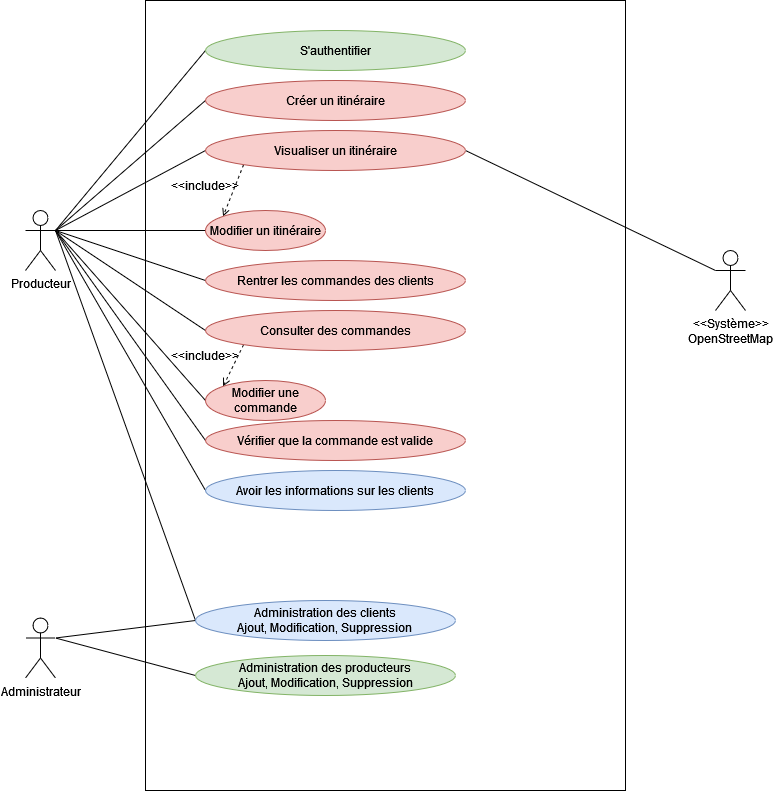
Before: GenieLogiciel/Diagrammes/CasUtilisation.drawio.png, a diagram exported from draw.io (aeiiver/the-farmer-project). Source tidied: cells renumbered, new cells last; positions are measured from the earlier drawing's top-left corner, leaving out a move shared by most shapes.
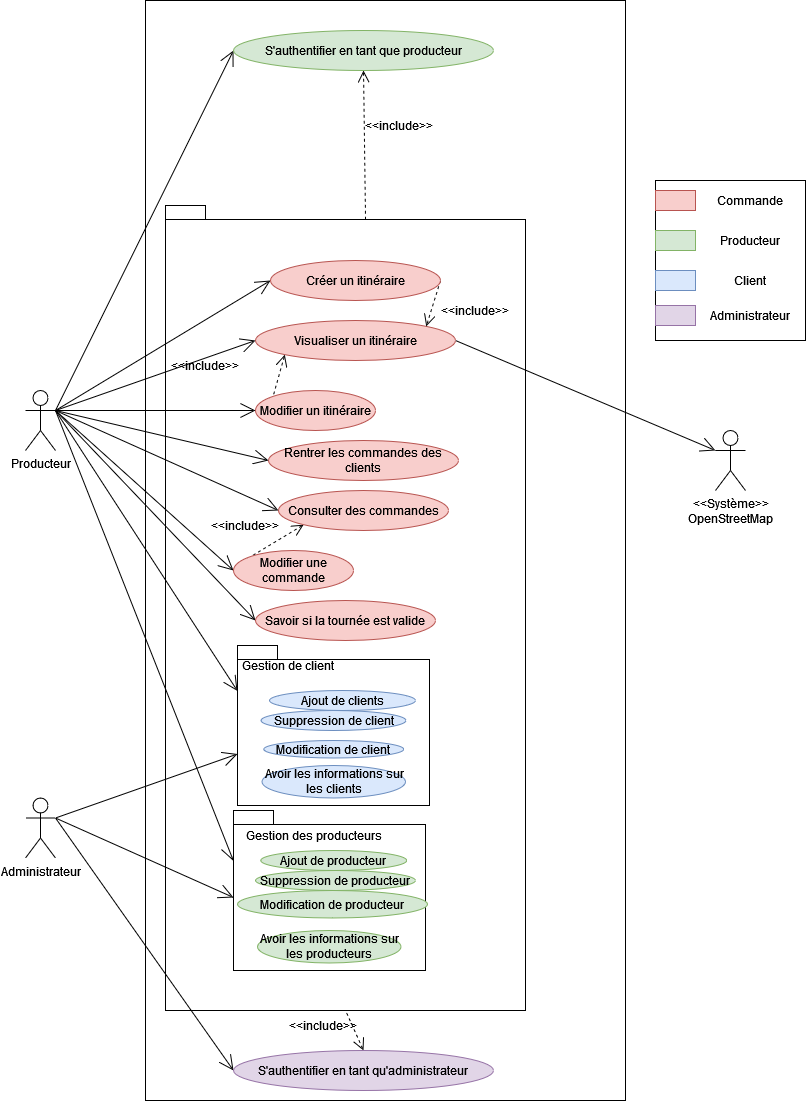
After the change.

Commit message:
Mise à jour du diagramme de cas d'utilisation

Diff of the diagram source:
```diff
@@ -3,108 +3,187 @@
     <mxCell id="0" />
     <mxCell id="1" parent="0" />
     <mxCell id="2" style="rounded=0;whiteSpace=wrap;html=1;" parent="1" vertex="1">
-      <mxGeometry x="120" width="480" height="790" as="geometry" />
+      <mxGeometry x="120" y="-180" width="480" height="1100" as="geometry" />
     </mxCell>
+    <mxCell id="34" style="shape=folder;fontStyle=1;spacingTop=10;tabWidth=40;tabHeight=14;tabPosition=left;html=1;" parent="1" vertex="1">
+      <mxGeometry x="140" y="25" width="360" height="805" as="geometry" />
+    </mxCell>
-    <mxCell id="3" style="edgeStyle=none;rounded=0;jettySize=auto;html=1;exitX=1;exitY=0.3333333333333333;exitDx=0;exitDy=0;exitPerimeter=0;entryX=0;entryY=0.5;entryDx=0;entryDy=0;endArrow=none;endFill=0;" parent="1" edge="1" source="4" target="11">
+    <mxCell id="3" style="edgeStyle=none;rounded=0;jettySize=auto;html=1;exitX=1;exitY=0.3333333333333333;exitDx=0;exitDy=0;exitPerimeter=0;entryX=0;entryY=0.5;entryDx=0;entryDy=0;endArrow=open;endFill=0;startArrow=none;startFill=0;endSize=13;startSize=13;" parent="1" edge="1" source="4" target="11">
       <mxGeometry relative="1" as="geometry" />
     </mxCell>
+    <mxCell id="35" style="edgeStyle=none;rounded=0;jettySize=auto;html=1;exitX=1;exitY=0.3333333333333333;exitDx=0;exitDy=0;exitPerimeter=0;entryX=0;entryY=0;entryDx=0;entryDy=45.5;entryPerimeter=0;startArrow=none;startFill=0;endArrow=open;endFill=0;startSize=10;endSize=13;" parent="1" edge="1" source="4" target="50">
+      <mxGeometry relative="1" as="geometry" />
+    </mxCell>
+    <mxCell id="36" style="edgeStyle=none;rounded=0;jettySize=auto;html=1;exitX=1;exitY=0.3333333333333333;exitDx=0;exitDy=0;exitPerimeter=0;entryX=0;entryY=0;entryDx=0;entryDy=50.5;entryPerimeter=0;startArrow=none;startFill=0;endArrow=open;endFill=0;startSize=10;endSize=13;" parent="1" edge="1" source="4" target="56">
+      <mxGeometry relative="1" as="geometry" />
+    </mxCell>
     <mxCell id="4" value="Producteur" style="shape=umlActor;verticalLabelPosition=bottom;verticalAlign=top;html=1;" parent="1" vertex="1">
       <mxGeometry y="210" width="30" height="60" as="geometry" />
     </mxCell>
+    <mxCell id="37" style="rounded=0;jettySize=auto;html=1;exitX=1;exitY=0.3333333333333333;exitDx=0;exitDy=0;exitPerimeter=0;entryX=0;entryY=0.5;entryDx=0;entryDy=0;startArrow=none;startFill=0;endArrow=open;endFill=0;startSize=10;endSize=13;" parent="1" edge="1" source="5" target="53">
+      <mxGeometry relative="1" as="geometry" />
+    </mxCell>
+    <mxCell id="38" style="edgeStyle=none;rounded=0;jettySize=auto;html=1;exitX=1;exitY=0.3333333333333333;exitDx=0;exitDy=0;exitPerimeter=0;entryX=0;entryY=0;entryDx=0;entryDy=108.5;entryPerimeter=0;startArrow=none;startFill=0;endArrow=open;endFill=0;startSize=10;endSize=13;" parent="1" edge="1" source="5" target="50">
+      <mxGeometry relative="1" as="geometry" />
+    </mxCell>
+    <mxCell id="39" style="edgeStyle=none;rounded=0;jettySize=auto;html=1;exitX=1;exitY=0.3333333333333333;exitDx=0;exitDy=0;exitPerimeter=0;entryX=0;entryY=0;entryDx=0;entryDy=87;entryPerimeter=0;startArrow=none;startFill=0;endArrow=open;endFill=0;startSize=10;endSize=13;" parent="1" edge="1" source="5" target="56">
+      <mxGeometry relative="1" as="geometry" />
+    </mxCell>
     <mxCell id="5" value="Administrateur" style="shape=umlActor;verticalLabelPosition=bottom;verticalAlign=top;html=1;" parent="1" vertex="1">
       <mxGeometry y="617.5" width="30" height="60" as="geometry" />
     </mxCell>
     <mxCell id="6" value="&lt;div&gt;&amp;lt;&amp;lt;Système&amp;gt;&amp;gt;&lt;/div&gt;&lt;div&gt;OpenStreetMap&lt;br&gt;&lt;/div&gt;" style="shape=umlActor;verticalLabelPosition=bottom;verticalAlign=top;html=1;outlineConnect=0;" parent="1" vertex="1">
       <mxGeometry x="690" y="250" width="30" height="60" as="geometry" />
     </mxCell>
-    <mxCell id="7" style="rounded=0;jettySize=auto;html=1;exitX=1;exitY=0.5;exitDx=0;exitDy=0;entryX=0;entryY=0.3333333333333333;entryDx=0;entryDy=0;entryPerimeter=0;endArrow=none;endFill=0;" parent="1" edge="1" source="10" target="6">
+    <mxCell id="7" style="rounded=0;jettySize=auto;html=1;exitX=1;exitY=0.5;exitDx=0;exitDy=0;entryX=0;entryY=0.3333333333333333;entryDx=0;entryDy=0;entryPerimeter=0;endArrow=open;endFill=0;endSize=13;" parent="1" edge="1" source="10" target="6">
       <mxGeometry relative="1" as="geometry" />
     </mxCell>
-    <mxCell id="8" style="edgeStyle=none;rounded=0;jettySize=auto;html=1;exitX=0;exitY=0.5;exitDx=0;exitDy=0;entryX=1;entryY=0.3333333333333333;entryDx=0;entryDy=0;entryPerimeter=0;endArrow=none;endFill=0;" parent="1" edge="1" source="10" target="4">
+    <mxCell id="8" style="edgeStyle=none;rounded=0;jettySize=auto;html=1;exitX=0;exitY=0.5;exitDx=0;exitDy=0;entryX=1;entryY=0.3333333333333333;entryDx=0;entryDy=0;entryPerimeter=0;endArrow=none;endFill=0;startArrow=open;startFill=0;endSize=13;startSize=13;" parent="1" edge="1" source="10" target="4">
       <mxGeometry relative="1" as="geometry" />
     </mxCell>
-    <mxCell id="9" style="edgeStyle=none;rounded=0;jettySize=auto;html=1;exitX=0;exitY=1;exitDx=0;exitDy=0;entryX=0;entryY=0;entryDx=0;entryDy=0;endArrow=open;endFill=0;dashed=1;" parent="1" edge="1" source="10" target="13">
+    <mxCell id="9" style="edgeStyle=none;rounded=0;jettySize=auto;html=1;exitX=0;exitY=1;exitDx=0;exitDy=0;entryX=0;entryY=0;entryDx=0;entryDy=0;endArrow=none;endFill=0;dashed=1;startArrow=open;startFill=0;startSize=10;" parent="1" edge="1" source="10" target="13">
       <mxGeometry relative="1" as="geometry" />
     </mxCell>
     <mxCell id="10" value="Visualiser un itinéraire" style="ellipse;whiteSpace=wrap;html=1;fillColor=#f8cecc;strokeColor=#b85450;" parent="1" vertex="1">
-      <mxGeometry x="180" y="130" width="260" height="40" as="geometry" />
+      <mxGeometry x="230" y="140" width="200" height="40" as="geometry" />
     </mxCell>
+    <mxCell id="40" style="rounded=0;jettySize=auto;html=1;exitX=1;exitY=0.5;exitDx=0;exitDy=0;endSize=10;endArrow=open;endFill=0;entryX=1;entryY=0;entryDx=0;entryDy=0;dashed=1;" parent="1" edge="1" source="11" target="10">
+      <mxGeometry relative="1" as="geometry" />
+    </mxCell>
     <mxCell id="11" value="Créer un itinéraire" style="ellipse;whiteSpace=wrap;html=1;fillColor=#f8cecc;strokeColor=#b85450;" parent="1" vertex="1">
-      <mxGeometry x="180" y="80" width="260" height="40" as="geometry" />
+      <mxGeometry x="245" y="80" width="170" height="40" as="geometry" />
     </mxCell>
-    <mxCell id="12" style="edgeStyle=none;rounded=0;jettySize=auto;html=1;exitX=0;exitY=0.5;exitDx=0;exitDy=0;endArrow=none;endFill=0;" parent="1" edge="1" source="13">
+    <mxCell id="12" style="edgeStyle=none;rounded=0;jettySize=auto;html=1;exitX=0;exitY=0.5;exitDx=0;exitDy=0;endArrow=none;endFill=0;startArrow=open;startFill=0;endSize=13;startSize=13;" parent="1" edge="1" source="13">
       <mxGeometry relative="1" as="geometry">
         <mxPoint x="30" y="230" as="targetPoint" />
       </mxGeometry>
     </mxCell>
     <mxCell id="13" value="Modifier un itinéraire" style="ellipse;whiteSpace=wrap;html=1;fillColor=#f8cecc;strokeColor=#b85450;" parent="1" vertex="1">
-      <mxGeometry x="180" y="210" width="120" height="40" as="geometry" />
+      <mxGeometry x="230" y="210" width="120" height="40" as="geometry" />
     </mxCell>
-    <mxCell id="14" style="edgeStyle=none;rounded=0;jettySize=auto;html=1;exitX=0;exitY=0.5;exitDx=0;exitDy=0;entryX=1;entryY=0.3333333333333333;entryDx=0;entryDy=0;entryPerimeter=0;endArrow=none;endFill=0;" parent="1" edge="1" source="15" target="4">
+    <mxCell id="14" style="edgeStyle=none;rounded=0;jettySize=auto;html=1;exitX=0;exitY=0.5;exitDx=0;exitDy=0;entryX=1;entryY=0.3333333333333333;entryDx=0;entryDy=0;entryPerimeter=0;endArrow=none;endFill=0;startArrow=open;startFill=0;endSize=13;startSize=13;" parent="1" edge="1" source="15" target="4">
       <mxGeometry relative="1" as="geometry" />
     </mxCell>
     <mxCell id="15" value="Rentrer les commandes des clients" style="ellipse;whiteSpace=wrap;html=1;fillColor=#f8cecc;strokeColor=#b85450;" parent="1" vertex="1">
-      <mxGeometry x="180" y="260" width="260" height="40" as="geometry" />
+      <mxGeometry x="243" y="260" width="190" height="40" as="geometry" />
     </mxCell>
-    <mxCell id="16" style="edgeStyle=none;rounded=0;jettySize=auto;html=1;exitX=0;exitY=0.5;exitDx=0;exitDy=0;entryX=1;entryY=0.3333333333333333;entryDx=0;entryDy=0;entryPerimeter=0;endArrow=none;endFill=0;" parent="1" edge="1" source="18" target="4">
+    <mxCell id="16" style="edgeStyle=none;rounded=0;jettySize=auto;html=1;exitX=0;exitY=0.5;exitDx=0;exitDy=0;entryX=1;entryY=0.3333333333333333;entryDx=0;entryDy=0;entryPerimeter=0;endArrow=none;endFill=0;startArrow=open;startFill=0;endSize=13;startSize=13;" parent="1" edge="1" source="18" target="4">
       <mxGeometry relative="1" as="geometry" />
     </mxCell>
-    <mxCell id="17" style="edgeStyle=none;rounded=0;jettySize=auto;html=1;exitX=0;exitY=1;exitDx=0;exitDy=0;entryX=0;entryY=0;entryDx=0;entryDy=0;endArrow=open;endFill=0;dashed=1;" parent="1" edge="1" source="18" target="29">
+    <mxCell id="17" style="edgeStyle=none;rounded=0;jettySize=auto;html=1;exitX=0;exitY=1;exitDx=0;exitDy=0;entryX=0;entryY=0;entryDx=0;entryDy=0;endArrow=none;endFill=0;dashed=1;startArrow=open;startFill=0;startSize=10;" parent="1" edge="1" source="18" target="29">
       <mxGeometry relative="1" as="geometry" />
     </mxCell>
     <mxCell id="18" value="Consulter des commandes" style="ellipse;whiteSpace=wrap;html=1;fillColor=#f8cecc;strokeColor=#b85450;" parent="1" vertex="1">
-      <mxGeometry x="180" y="310" width="260" height="40" as="geometry" />
+      <mxGeometry x="253" y="310" width="170" height="40" as="geometry" />
     </mxCell>
-    <mxCell id="19" style="edgeStyle=none;rounded=0;jettySize=auto;html=1;exitX=0;exitY=0.5;exitDx=0;exitDy=0;entryX=1;entryY=0.3333333333333333;entryDx=0;entryDy=0;entryPerimeter=0;endArrow=none;endFill=0;" parent="1" edge="1" source="20" target="4">
-      <mxGeometry relative="1" as="geometry" />
-    </mxCell>
-    <mxCell id="20" value="Avoir les informations sur les clients" style="ellipse;whiteSpace=wrap;html=1;fillColor=#dae8fc;strokeColor=#6c8ebf;" parent="1" vertex="1">
-      <mxGeometry x="180" y="470" width="260" height="40" as="geometry" />
-    </mxCell>
-    <mxCell id="21" style="edgeStyle=none;rounded=0;jettySize=auto;html=1;exitX=0;exitY=0.5;exitDx=0;exitDy=0;entryX=1;entryY=0.3333333333333333;entryDx=0;entryDy=0;entryPerimeter=0;endArrow=none;endFill=0;" parent="1" edge="1" source="23" target="5">
-      <mxGeometry relative="1" as="geometry" />
-    </mxCell>
-    <mxCell id="22" style="rounded=0;jettySize=auto;html=1;exitX=0;exitY=0.5;exitDx=0;exitDy=0;endArrow=none;endFill=0;" parent="1" edge="1" source="23">
-      <mxGeometry relative="1" as="geometry">
-        <mxPoint x="30" y="230" as="targetPoint" />
-      </mxGeometry>
-    </mxCell>
-    <mxCell id="23" value="&lt;div&gt;Administration des clients&lt;/div&gt;&lt;div&gt;Ajout, Modification, Suppression&lt;br&gt;&lt;/div&gt;" style="ellipse;whiteSpace=wrap;html=1;fillColor=#dae8fc;strokeColor=#6c8ebf;" parent="1" vertex="1">
-      <mxGeometry x="170" y="600" width="260" height="40" as="geometry" />
-    </mxCell>
-    <mxCell id="24" style="edgeStyle=none;rounded=0;jettySize=auto;html=1;exitX=0;exitY=0.5;exitDx=0;exitDy=0;entryX=1;entryY=0.3333333333333333;entryDx=0;entryDy=0;entryPerimeter=0;endArrow=none;endFill=0;" parent="1" edge="1" source="25" target="5">
-      <mxGeometry relative="1" as="geometry" />
-    </mxCell>
-    <mxCell id="25" value="&lt;div&gt;Administration des producteurs&lt;/div&gt;Ajout, Modification, Suppression" style="ellipse;whiteSpace=wrap;html=1;fillColor=#d5e8d4;strokeColor=#82b366;" parent="1" vertex="1">
-      <mxGeometry x="170" y="655" width="260" height="40" as="geometry" />
-    </mxCell>
-    <mxCell id="26" style="edgeStyle=none;rounded=0;jettySize=auto;html=1;exitX=0;exitY=0.5;exitDx=0;exitDy=0;entryX=1;entryY=0.3333333333333333;entryDx=0;entryDy=0;entryPerimeter=0;endArrow=none;endFill=0;" parent="1" edge="1" source="27" target="4">
+    <mxCell id="26" style="edgeStyle=none;rounded=0;jettySize=auto;html=1;exitX=0;exitY=0.5;exitDx=0;exitDy=0;entryX=1;entryY=0.3333333333333333;entryDx=0;entryDy=0;entryPerimeter=0;endArrow=none;endFill=0;startArrow=open;startFill=0;endSize=13;startSize=13;" parent="1" edge="1" source="27" target="4">
       <mxGeometry relative="1" as="geometry" />
     </mxCell>
+    <mxCell id="41" style="edgeStyle=none;rounded=0;jettySize=auto;html=1;exitX=0.5;exitY=1;exitDx=0;exitDy=0;entryX=0;entryY=0;entryDx=200;entryDy=14;entryPerimeter=0;startArrow=open;startFill=0;endArrow=none;endFill=0;startSize=10;endSize=13;dashed=1;" parent="1" edge="1" source="27" target="34">
+      <mxGeometry relative="1" as="geometry" />
+    </mxCell>
-    <mxCell id="27" value="S'authentifier" style="ellipse;whiteSpace=wrap;html=1;fillColor=#d5e8d4;strokeColor=#82b366;" parent="1" vertex="1">
-      <mxGeometry x="180" y="30" width="260" height="40" as="geometry" />
+    <mxCell id="27" value="S'authentifier en tant que producteur" style="ellipse;whiteSpace=wrap;html=1;fillColor=#d5e8d4;strokeColor=#82b366;" parent="1" vertex="1">
+      <mxGeometry x="208" y="-150" width="260" height="40" as="geometry" />
     </mxCell>
-    <mxCell id="28" style="edgeStyle=none;rounded=0;jettySize=auto;html=1;exitX=0;exitY=0.5;exitDx=0;exitDy=0;endArrow=none;endFill=0;" parent="1" edge="1" source="29">
+    <mxCell id="28" style="edgeStyle=none;rounded=0;jettySize=auto;html=1;exitX=0;exitY=0.5;exitDx=0;exitDy=0;endArrow=none;endFill=0;startArrow=open;startFill=0;endSize=13;startSize=13;" parent="1" edge="1" source="29">
       <mxGeometry relative="1" as="geometry">
         <mxPoint x="30" y="230" as="targetPoint" />
       </mxGeometry>
     </mxCell>
     <mxCell id="29" value="Modifier une commande" style="ellipse;whiteSpace=wrap;html=1;fillColor=#f8cecc;strokeColor=#b85450;" parent="1" vertex="1">
-      <mxGeometry x="180" y="380" width="120" height="40" as="geometry" />
+      <mxGeometry x="208" y="370" width="120" height="40" as="geometry" />
     </mxCell>
     <mxCell id="30" value="&amp;lt;&amp;lt;include&amp;gt;&amp;gt;" style="text;html=1;strokeColor=none;fillColor=none;align=center;verticalAlign=middle;whiteSpace=wrap;rounded=0;" parent="1" vertex="1">
-      <mxGeometry x="150" y="340" width="60" height="30" as="geometry" />
+      <mxGeometry x="190" y="330" width="60" height="30" as="geometry" />
     </mxCell>
     <mxCell id="31" value="&amp;lt;&amp;lt;include&amp;gt;&amp;gt;" style="text;html=1;strokeColor=none;fillColor=none;align=center;verticalAlign=middle;whiteSpace=wrap;rounded=0;" parent="1" vertex="1">
       <mxGeometry x="150" y="170" width="60" height="30" as="geometry" />
     </mxCell>
-    <mxCell id="32" style="edgeStyle=none;rounded=0;jettySize=auto;html=1;exitX=0;exitY=0.5;exitDx=0;exitDy=0;endArrow=none;endFill=0;" parent="1" edge="1" source="33">
+    <mxCell id="32" style="edgeStyle=none;rounded=0;jettySize=auto;html=1;exitX=0;exitY=0.5;exitDx=0;exitDy=0;endArrow=none;endFill=0;startArrow=open;startFill=0;endSize=13;startSize=13;" parent="1" edge="1" source="33">
       <mxGeometry relative="1" as="geometry">
         <mxPoint x="30" y="230" as="targetPoint" />
       </mxGeometry>
     </mxCell>
-    <mxCell id="33" value="Vérifier que la commande est valide" style="ellipse;whiteSpace=wrap;html=1;fillColor=#f8cecc;strokeColor=#b85450;" parent="1" vertex="1">
-      <mxGeometry x="180" y="420" width="260" height="40" as="geometry" />
+    <mxCell id="33" value="Savoir si la tournée est valide" style="ellipse;whiteSpace=wrap;html=1;fillColor=#f8cecc;strokeColor=#b85450;" parent="1" vertex="1">
+      <mxGeometry x="230" y="420" width="180" height="40" as="geometry" />
     </mxCell>
+    <mxCell id="42" style="rounded=0;whiteSpace=wrap;html=1;" parent="1" vertex="1">
+      <mxGeometry x="630" width="150" height="160" as="geometry" />
+    </mxCell>
+    <mxCell id="43" style="rounded=0;whiteSpace=wrap;html=1;fillColor=#f8cecc;strokeColor=#b85450;" parent="1" vertex="1">
+      <mxGeometry x="630" y="10" width="40" height="20" as="geometry" />
+    </mxCell>
+    <mxCell id="44" style="rounded=0;whiteSpace=wrap;html=1;fillColor=#d5e8d4;strokeColor=#82b366;" parent="1" vertex="1">
+      <mxGeometry x="630" y="50" width="40" height="20" as="geometry" />
+    </mxCell>
+    <mxCell id="45" style="rounded=0;whiteSpace=wrap;html=1;fillColor=#dae8fc;strokeColor=#6c8ebf;" parent="1" vertex="1">
+      <mxGeometry x="630" y="90" width="40" height="20" as="geometry" />
+    </mxCell>
+    <mxCell id="46" value="Commande" style="text;html=1;strokeColor=none;fillColor=none;align=center;verticalAlign=middle;whiteSpace=wrap;rounded=0;" parent="1" vertex="1">
+      <mxGeometry x="670" y="5" width="110" height="30" as="geometry" />
+    </mxCell>
+    <mxCell id="47" value="Producteur" style="text;html=1;strokeColor=none;fillColor=none;align=center;verticalAlign=middle;whiteSpace=wrap;rounded=0;" parent="1" vertex="1">
+      <mxGeometry x="670" y="45" width="110" height="30" as="geometry" />
+    </mxCell>
+    <mxCell id="48" value="Client" style="text;html=1;strokeColor=none;fillColor=none;align=center;verticalAlign=middle;whiteSpace=wrap;rounded=0;" parent="1" vertex="1">
+      <mxGeometry x="670" y="85" width="110" height="30" as="geometry" />
+    </mxCell>
+    <mxCell id="49" value="&amp;lt;&amp;lt;include&amp;gt;&amp;gt;" style="text;html=1;strokeColor=none;fillColor=none;align=center;verticalAlign=middle;whiteSpace=wrap;rounded=0;" parent="1" vertex="1">
+      <mxGeometry x="420" y="115" width="60" height="30" as="geometry" />
+    </mxCell>
+    <mxCell id="50" style="shape=folder;fontStyle=1;spacingTop=10;tabWidth=40;tabHeight=14;tabPosition=left;html=1;" parent="1" vertex="1">
+      <mxGeometry x="212" y="465" width="192" height="160" as="geometry" />
+    </mxCell>
+    <mxCell id="51" value="&amp;lt;&amp;lt;include&amp;gt;&amp;gt;" style="text;html=1;strokeColor=none;fillColor=none;align=center;verticalAlign=middle;whiteSpace=wrap;rounded=0;" parent="1" vertex="1">
+      <mxGeometry x="344" y="-70" width="60" height="30" as="geometry" />
+    </mxCell>
+    <mxCell id="52" style="edgeStyle=none;rounded=0;jettySize=auto;html=1;exitX=0.5;exitY=0;exitDx=0;exitDy=0;entryX=0.5;entryY=1;entryDx=0;entryDy=0;entryPerimeter=0;startArrow=open;startFill=0;endArrow=none;endFill=0;startSize=10;endSize=13;dashed=1;" parent="1" edge="1" source="53" target="34">
+      <mxGeometry relative="1" as="geometry" />
+    </mxCell>
+    <mxCell id="53" value="S'authentifier en tant qu'administrateur" style="ellipse;whiteSpace=wrap;html=1;fillColor=#e1d5e7;strokeColor=#9673a6;" parent="1" vertex="1">
+      <mxGeometry x="208" y="870" width="260" height="40" as="geometry" />
+    </mxCell>
+    <mxCell id="54" value="&amp;lt;&amp;lt;include&amp;gt;&amp;gt;" style="text;html=1;strokeColor=none;fillColor=none;align=center;verticalAlign=middle;whiteSpace=wrap;rounded=0;" parent="1" vertex="1">
+      <mxGeometry x="268" y="830" width="60" height="30" as="geometry" />
+    </mxCell>
+    <mxCell id="55" value="Suppression de client" style="ellipse;whiteSpace=wrap;html=1;fillColor=#dae8fc;strokeColor=#6c8ebf;" parent="1" vertex="1">
+      <mxGeometry x="235.5" y="530" width="145" height="20" as="geometry" />
+    </mxCell>
+    <mxCell id="56" style="shape=folder;fontStyle=1;spacingTop=10;tabWidth=40;tabHeight=14;tabPosition=left;html=1;" parent="1" vertex="1">
+      <mxGeometry x="208" y="630" width="192" height="160" as="geometry" />
+    </mxCell>
+    <mxCell id="23" value="Ajout de producteur" style="ellipse;whiteSpace=wrap;html=1;fillColor=#d5e8d4;strokeColor=#82b366;" parent="1" vertex="1">
+      <mxGeometry x="235.2" y="670" width="146" height="20" as="geometry" />
+    </mxCell>
+    <mxCell id="57" value="Gestion de client" style="text;html=1;strokeColor=none;fillColor=none;align=center;verticalAlign=middle;whiteSpace=wrap;rounded=0;" parent="1" vertex="1">
+      <mxGeometry x="198" y="470" width="130" height="30" as="geometry" />
+    </mxCell>
+    <mxCell id="20" value="Avoir les informations sur les clients" style="ellipse;whiteSpace=wrap;html=1;fillColor=#dae8fc;strokeColor=#6c8ebf;" parent="1" vertex="1">
+      <mxGeometry x="236.5" y="585" width="143.5" height="32.5" as="geometry" />
+    </mxCell>
+    <mxCell id="58" value="Ajout de clients" style="ellipse;whiteSpace=wrap;html=1;fillColor=#dae8fc;strokeColor=#6c8ebf;" parent="1" vertex="1">
+      <mxGeometry x="244" y="510" width="146" height="20" as="geometry" />
+    </mxCell>
+    <mxCell id="59" value="Suppression de producteur" style="ellipse;whiteSpace=wrap;html=1;fillColor=#d5e8d4;strokeColor=#82b366;" parent="1" vertex="1">
+      <mxGeometry x="230" y="690" width="160" height="20" as="geometry" />
+    </mxCell>
+    <mxCell id="60" value="Modification de producteur" style="ellipse;whiteSpace=wrap;html=1;fillColor=#d5e8d4;strokeColor=#82b366;" parent="1" vertex="1">
+      <mxGeometry x="212" y="710" width="190" height="27.5" as="geometry" />
+    </mxCell>
+    <mxCell id="61" value="Modification de client" style="ellipse;whiteSpace=wrap;html=1;fillColor=#dae8fc;strokeColor=#6c8ebf;" parent="1" vertex="1">
+      <mxGeometry x="238.2" y="560" width="140" height="17.5" as="geometry" />
+    </mxCell>
+    <mxCell id="62" value="Avoir les informations sur les producteurs" style="ellipse;whiteSpace=wrap;html=1;fillColor=#d5e8d4;strokeColor=#82b366;" parent="1" vertex="1">
+      <mxGeometry x="232" y="750" width="143.5" height="32.5" as="geometry" />
+    </mxCell>
+    <mxCell id="63" value="Gestion des producteurs" style="text;html=1;strokeColor=none;fillColor=none;align=center;verticalAlign=middle;whiteSpace=wrap;rounded=0;" parent="1" vertex="1">
+      <mxGeometry x="208" y="640" width="162" height="30" as="geometry" />
+    </mxCell>
+    <mxCell id="64" style="rounded=0;whiteSpace=wrap;html=1;fillColor=#e1d5e7;strokeColor=#9673a6;" parent="1" vertex="1">
+      <mxGeometry x="630" y="125" width="40" height="20" as="geometry" />
+    </mxCell>
+    <mxCell id="65" value="Administrateur" style="text;html=1;strokeColor=none;fillColor=none;align=center;verticalAlign=middle;whiteSpace=wrap;rounded=0;" parent="1" vertex="1">
+      <mxGeometry x="670" y="120" width="110" height="30" as="geometry" />
+    </mxCell>
   </root>
 </mxGraphModel>
```
